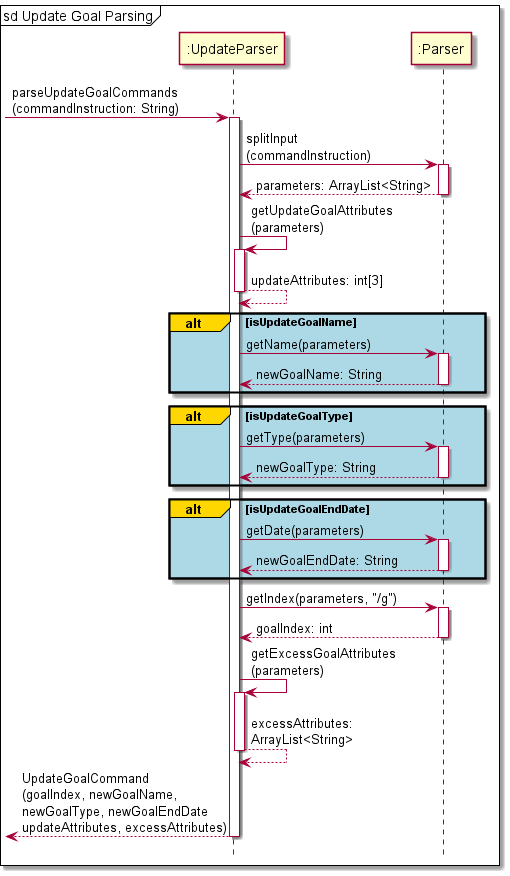
Earlier version of the PlantUML export docs/Diagram_Images/Implementation_Diagram_Images/UpdateGoalCommandParserSequenceDiagram.png (nus-cs2113-AY2122S1/tp). The source it was exported from:
```plantuml
@startuml
!include Style.puml
mainframe sd Update Goal Parsing

-> ":UpdateParser": parseUpdateGoalCommands\n(commandInstruction: String)
activate ":UpdateParser"

":UpdateParser" -> ":Parser": splitInput\n(commandInstruction)
activate ":Parser"
":Parser" --> ":UpdateParser": parameters: ArrayList<String>
deactivate ":Parser"

":UpdateParser" -> ":UpdateParser": getUpdateGoalAttributes\n(parameters)
activate ":UpdateParser"
":UpdateParser" --> ":UpdateParser": updateAttributes: int[3]
deactivate ":UpdateParser"

alt#gold #lightblue isUpdateGoalName
":UpdateParser" -> ":Parser": getName(parameters)
activate ":Parser"
":Parser" --> ":UpdateParser": newGoalName: String
deactivate ":Parser"
end
alt#gold #lightblue isUpdateGoalType
":UpdateParser" -> ":Parser": getType(parameters)
activate ":Parser"
":Parser" --> ":UpdateParser": newGoalType: String
deactivate ":Parser"
end
alt#gold #lightblue isUpdateGoalEndDate
":UpdateParser" -> ":Parser": getDate(parameters)
activate ":Parser"
":Parser" --> ":UpdateParser": newGoalEndDate: String
deactivate ":Parser"
end

":UpdateParser" -> ":Parser": getIndex(parameters, "/g")
activate ":Parser"
":Parser" --> ":UpdateParser": goalIndex: int
deactivate ":Parser"

":UpdateParser" -> ":UpdateParser": getExcessGoalAttributes\n(parameters)
activate ":UpdateParser"
":UpdateParser" --> ":UpdateParser": excessAttributes:\nArrayList<String>
deactivate ":UpdateParser"

<-- ":UpdateParser": UpdateGoalCommand\n(goalIndex, newGoalName,\nnewGoalType, newGoalEndDate\nupdateAttributes, excessAttributes)
deactivate ":UpdateParser"

@enduml
```
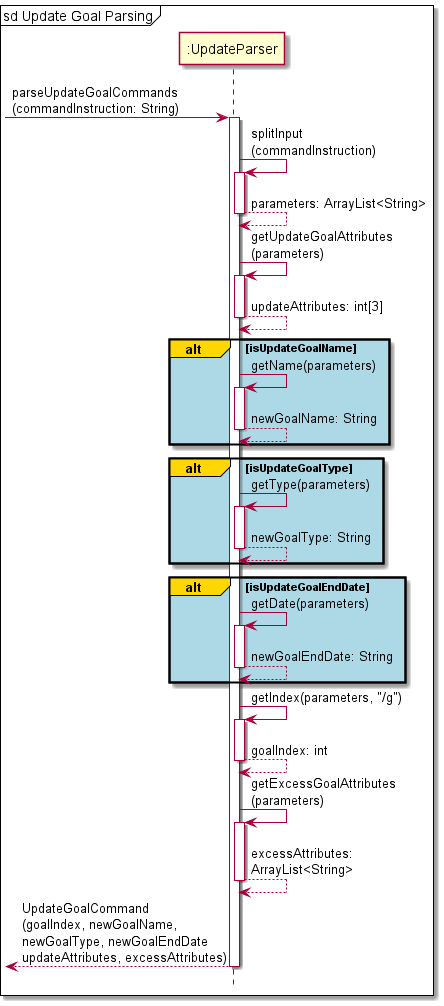
Later version of the same file.

The edit, as a diff of the source:
```diff
@@ -5,10 +5,10 @@
 -> ":UpdateParser": parseUpdateGoalCommands\n(commandInstruction: String)
 activate ":UpdateParser"
 
-":UpdateParser" -> ":Parser": splitInput\n(commandInstruction)
-activate ":Parser"
-":Parser" --> ":UpdateParser": parameters: ArrayList<String>
-deactivate ":Parser"
+":UpdateParser" -> ":UpdateParser": splitInput\n(commandInstruction)
+activate ":UpdateParser"
+":UpdateParser" --> ":UpdateParser": parameters: ArrayList<String>
+deactivate ":UpdateParser"
 
 ":UpdateParser" -> ":UpdateParser": getUpdateGoalAttributes\n(parameters)
 activate ":UpdateParser"
@@ -16,28 +16,28 @@
 deactivate ":UpdateParser"
 
 alt#gold #lightblue isUpdateGoalName
-":UpdateParser" -> ":Parser": getName(parameters)
-activate ":Parser"
-":Parser" --> ":UpdateParser": newGoalName: String
-deactivate ":Parser"
+":UpdateParser" -> ":UpdateParser": getName(parameters)
+activate ":UpdateParser"
+":UpdateParser" --> ":UpdateParser": newGoalName: String
+deactivate ":UpdateParser"
 end
 alt#gold #lightblue isUpdateGoalType
-":UpdateParser" -> ":Parser": getType(parameters)
-activate ":Parser"
-":Parser" --> ":UpdateParser": newGoalType: String
-deactivate ":Parser"
+":UpdateParser" -> ":UpdateParser": getType(parameters)
+activate ":UpdateParser"
+":UpdateParser" --> ":UpdateParser": newGoalType: String
+deactivate ":UpdateParser"
 end
 alt#gold #lightblue isUpdateGoalEndDate
-":UpdateParser" -> ":Parser": getDate(parameters)
-activate ":Parser"
-":Parser" --> ":UpdateParser": newGoalEndDate: String
-deactivate ":Parser"
+":UpdateParser" -> ":UpdateParser": getDate(parameters)
+activate ":UpdateParser"
+":UpdateParser" --> ":UpdateParser": newGoalEndDate: String
+deactivate ":UpdateParser"
 end
 
-":UpdateParser" -> ":Parser": getIndex(parameters, "/g")
-activate ":Parser"
-":Parser" --> ":UpdateParser": goalIndex: int
-deactivate ":Parser"
+":UpdateParser" -> ":UpdateParser": getIndex(parameters, "/g")
+activate ":UpdateParser"
+":UpdateParser" --> ":UpdateParser": goalIndex: int
+deactivate ":UpdateParser"
 
 ":UpdateParser" -> ":UpdateParser": getExcessGoalAttributes\n(parameters)
 activate ":UpdateParser"
```
